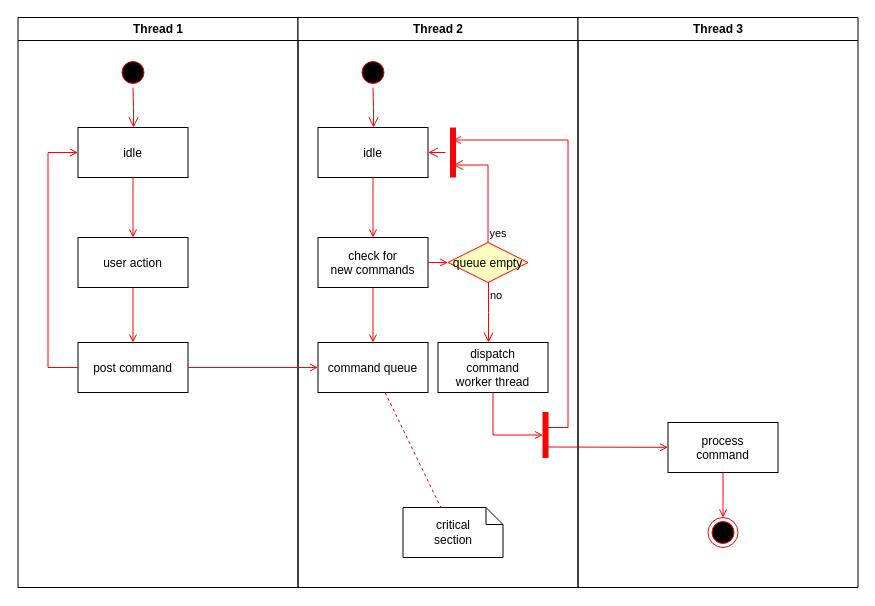
The draw.io diagram activity.drawio in Dikshit28/SEPM_Dikshit19csu379, before the edit. Source tidied: cells renumbered, new cells numbered last; positions are measured from the earlier drawing's top-left corner, leaving out a move shared by most shapes. Both pictures are drawn from the tidied source at 100%, with x=0, y=0 at pixel (17, 17).
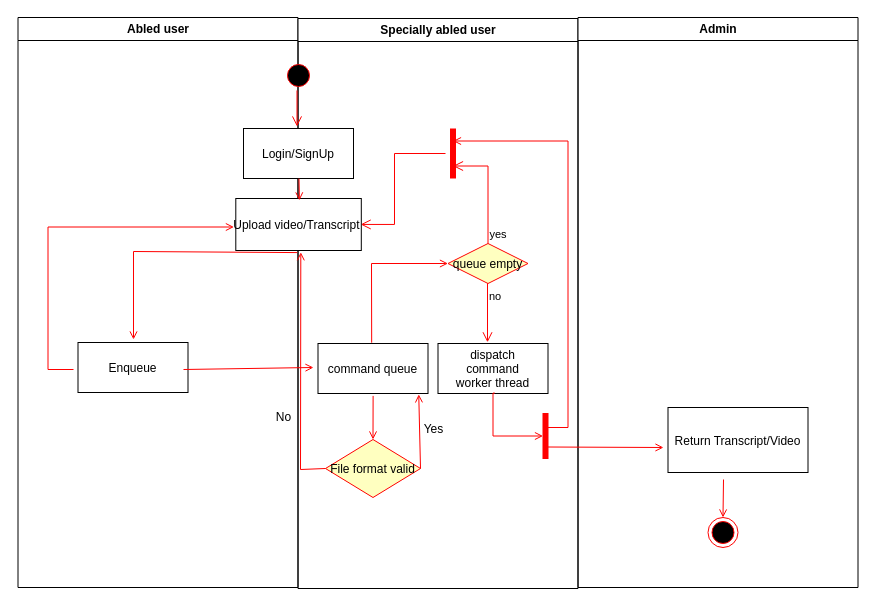
The same diagram, later.

The change refers to these unchanged cells:
```xml
<mxCell id="17" value="command queue" parent="11" vertex="1">
  <mxGeometry x="20" y="325" width="110" height="50" as="geometry" />
</mxCell>
<mxCell id="19" value="queue empty" style="rhombus;fillColor=#ffffc0;strokeColor=#ff0000;" parent="11" vertex="1">
  <mxGeometry x="150" y="225" width="80" height="40" as="geometry" />
</mxCell>
<mxCell id="23" style="shape=line;strokeWidth=6;strokeColor=#ff0000;rotation=90;" parent="11" vertex="1">
  <mxGeometry x="130" y="127.5" width="50" height="15" as="geometry" />
</mxCell>
<mxCell id="25" value="dispatch&#10;command&#10;worker thread" parent="11" vertex="1">
  <mxGeometry x="140" y="325" width="110" height="50" as="geometry" />
</mxCell>
<mxCell id="28" style="whiteSpace=wrap;strokeColor=#FF0000;fillColor=#FF0000;" parent="11" vertex="1">
  <mxGeometry x="245" y="395" width="5" height="45" as="geometry" />
</mxCell>
<mxCell id="34" style="ellipse;shape=endState;fillColor=#000000;strokeColor=#ff0000;" parent="30" vertex="1">
  <mxGeometry x="130" y="500" width="30" height="30" as="geometry" />
</mxCell>
```

What changed in the source:
```diff
@@
-    <mxCell id="2" value="Thread 1" style="swimlane;whiteSpace=wrap;" parent="1" vertex="1">
+    <mxCell id="2" value="Abled user" style="swimlane;whiteSpace=wrap;startSize=23;" parent="1" vertex="1">
       <mxGeometry x="0.5" width="280" height="570" as="geometry" />
     </mxCell>
-    <mxCell id="3" style="ellipse;shape=startState;fillColor=#000000;strokeColor=#ff0000;" parent="2" vertex="1">
-      <mxGeometry x="100" y="40" width="30" height="30" as="geometry" />
-    </mxCell>
-    <mxCell id="4" style="edgeStyle=elbowEdgeStyle;elbow=horizontal;verticalAlign=bottom;endArrow=open;endSize=8;strokeColor=#FF0000;endFill=1;rounded=0;" parent="2" edge="1" source="3" target="5">
-      <mxGeometry x="100" y="40" as="geometry" />
-    </mxCell>
-    <mxCell id="5" value="idle" parent="2" vertex="1">
-      <mxGeometry x="60" y="110" width="110" height="50" as="geometry" />
-    </mxCell>
-    <mxCell id="6" value="user action" parent="2" vertex="1">
-      <mxGeometry x="60" y="220" width="110" height="50" as="geometry" />
-    </mxCell>
-    <mxCell id="7" style="endArrow=open;strokeColor=#FF0000;endFill=1;rounded=0;" parent="2" edge="1" source="5" target="6">
-      <mxGeometry relative="1" as="geometry" />
-    </mxCell>
-    <mxCell id="8" value="post command" parent="2" vertex="1">
+    <mxCell id="8" value="Enqueue" parent="2" vertex="1">
       <mxGeometry x="60" y="325" width="110" height="50" as="geometry" />
     </mxCell>
-    <mxCell id="9" style="endArrow=open;strokeColor=#FF0000;endFill=1;rounded=0;" parent="2" edge="1" source="6" target="8">
-      <mxGeometry relative="1" as="geometry" />
-    </mxCell>
-    <mxCell id="10" style="edgeStyle=elbowEdgeStyle;elbow=horizontal;strokeColor=#FF0000;endArrow=open;endFill=1;rounded=0;" parent="2" edge="1" source="8" target="5">
-      <mxGeometry relative="1" as="geometry">
-        <Array as="points">
-          <mxPoint x="30" y="250" />
-        </Array>
-      </mxGeometry>
-    </mxCell>
+    <mxCell id="37" value="No" style="text;html=1;align=center;verticalAlign=middle;strokeColor=none;fillColor=none;" parent="2" vertex="1">
+      <mxGeometry x="250" y="390" width="30" height="20" as="geometry" />
+    </mxCell>
-    <mxCell id="11" value="Thread 2" style="swimlane;whiteSpace=wrap;" parent="1" vertex="1">
-      <mxGeometry x="280.5" width="280" height="570" as="geometry" />
+    <mxCell id="11" value="Specially abled user" style="swimlane;whiteSpace=wrap;" parent="1" vertex="1">
+      <mxGeometry x="280.5" y="1" width="280" height="570" as="geometry" />
     </mxCell>
-    <mxCell id="12" style="ellipse;shape=startState;fillColor=#000000;strokeColor=#ff0000;" parent="11" vertex="1">
-      <mxGeometry x="60" y="40" width="30" height="30" as="geometry" />
-    </mxCell>
-    <mxCell id="13" style="edgeStyle=elbowEdgeStyle;elbow=horizontal;verticalAlign=bottom;endArrow=open;endSize=8;strokeColor=#FF0000;endFill=1;rounded=0;" parent="11" edge="1" source="12" target="14">
-      <mxGeometry x="40" y="20" as="geometry" />
-    </mxCell>
-    <mxCell id="14" value="idle" parent="11" vertex="1">
-      <mxGeometry x="20" y="110" width="110" height="50" as="geometry" />
-    </mxCell>
-    <mxCell id="15" value="check for &#10;new commands" parent="11" vertex="1">
-      <mxGeometry x="20" y="220" width="110" height="50" as="geometry" />
-    </mxCell>
-    <mxCell id="16" style="endArrow=open;strokeColor=#FF0000;endFill=1;rounded=0;" parent="11" edge="1" source="14" target="15">
-      <mxGeometry relative="1" as="geometry" />
-    </mxCell>
@@
-    <mxCell id="18" style="endArrow=open;strokeColor=#FF0000;endFill=1;rounded=0;" parent="11" edge="1" source="15" target="17">
-      <mxGeometry relative="1" as="geometry" />
-    </mxCell>
@@
-    <mxCell id="21" value="no" style="edgeStyle=elbowEdgeStyle;elbow=horizontal;align=left;verticalAlign=top;endArrow=open;endSize=8;strokeColor=#FF0000;endFill=1;rounded=0;" parent="11" edge="1" source="19" target="25">
+    <mxCell id="21" value="no" style="edgeStyle=elbowEdgeStyle;elbow=horizontal;align=left;verticalAlign=top;endArrow=open;endSize=8;strokeColor=#FF0000;endFill=1;rounded=0;entryX=0.454;entryY=-0.023;entryDx=0;entryDy=0;entryPerimeter=0;" parent="11" edge="1" source="19" target="25">
       <mxGeometry x="-1" relative="1" as="geometry" />
     </mxCell>
-    <mxCell id="22" style="endArrow=open;strokeColor=#FF0000;endFill=1;rounded=0;" parent="11" edge="1" source="15" target="19">
-      <mxGeometry relative="1" as="geometry" />
+    <mxCell id="22" style="endArrow=open;strokeColor=#FF0000;endFill=1;rounded=0;exitX=0.488;exitY=-0.016;exitDx=0;exitDy=0;exitPerimeter=0;" parent="11" edge="1" source="17" target="19">
+      <mxGeometry relative="1" as="geometry">
+        <Array as="points">
+          <mxPoint x="73.5" y="245" />
+        </Array>
+      </mxGeometry>
     </mxCell>
@@
-    <mxCell id="24" style="edgeStyle=elbowEdgeStyle;elbow=horizontal;verticalAlign=bottom;endArrow=open;endSize=8;strokeColor=#FF0000;endFill=1;rounded=0;" parent="11" edge="1" source="23" target="14">
+    <mxCell id="24" style="edgeStyle=elbowEdgeStyle;elbow=horizontal;verticalAlign=bottom;endArrow=open;endSize=8;strokeColor=#FF0000;endFill=1;rounded=0;entryX=0.995;entryY=0.499;entryDx=0;entryDy=0;entryPerimeter=0;" parent="11" edge="1" source="23" target="6">
       <mxGeometry x="130" y="90" as="geometry" />
     </mxCell>
@@
-    <mxCell id="26" value="critical&#10;section" style="shape=note;whiteSpace=wrap;size=17;" parent="11" vertex="1">
-      <mxGeometry x="105" y="490" width="100" height="50" as="geometry" />
-    </mxCell>
-    <mxCell id="27" style="endArrow=none;strokeColor=#FF0000;endFill=0;rounded=0;dashed=1;" parent="11" edge="1" source="17" target="26">
-      <mxGeometry relative="1" as="geometry" />
-    </mxCell>
@@
-    <mxCell id="29" style="edgeStyle=elbowEdgeStyle;elbow=horizontal;entryX=0;entryY=0.5;strokeColor=#FF0000;endArrow=open;endFill=1;rounded=0;" parent="11" edge="1" source="25" target="28">
+    <mxCell id="29" style="edgeStyle=elbowEdgeStyle;elbow=horizontal;entryX=0;entryY=0.5;strokeColor=#FF0000;endArrow=open;endFill=1;rounded=0;exitX=0.517;exitY=0.992;exitDx=0;exitDy=0;exitPerimeter=0;" parent="11" edge="1" source="25" target="28">
       <mxGeometry relative="1" as="geometry">
         <Array as="points">
           <mxPoint x="195" y="400" />
         </Array>
       </mxGeometry>
     </mxCell>
+    <mxCell id="6" value="Upload video/Transcript " parent="11" vertex="1">
+      <mxGeometry x="-62.2" y="180" width="125.5" height="52" as="geometry" />
+    </mxCell>
+    <mxCell id="3" style="ellipse;shape=startState;fillColor=#000000;strokeColor=#ff0000;" parent="11" vertex="1">
+      <mxGeometry x="-14.5" y="42" width="30" height="30" as="geometry" />
+    </mxCell>
+    <mxCell id="5" value="Login/SignUp" parent="11" vertex="1">
+      <mxGeometry x="-54.5" y="110" width="110" height="50" as="geometry" />
+    </mxCell>
+    <mxCell id="7" style="endArrow=open;strokeColor=#FF0000;endFill=1;rounded=0;entryX=0.507;entryY=0.037;entryDx=0;entryDy=0;entryPerimeter=0;" parent="11" edge="1" source="5" target="6">
+      <mxGeometry relative="1" as="geometry" />
+    </mxCell>
+    <mxCell id="4" style="edgeStyle=elbowEdgeStyle;elbow=horizontal;verticalAlign=bottom;endArrow=open;endSize=8;strokeColor=#FF0000;endFill=1;rounded=0;" parent="11" edge="1" source="3">
+      <mxGeometry x="-180" y="40" as="geometry">
+        <mxPoint x="-0.5" y="108" as="targetPoint" />
+        <Array as="points">
+          <mxPoint x="-1" y="82" />
+        </Array>
+      </mxGeometry>
+    </mxCell>
+    <mxCell id="38" value="File format valid" style="rhombus;fillColor=#ffffc0;strokeColor=#ff0000;" parent="11" vertex="1">
+      <mxGeometry x="27.5" y="421" width="95" height="58" as="geometry" />
+    </mxCell>
+    <mxCell id="39" style="endArrow=open;strokeColor=#FF0000;endFill=1;rounded=0;entryX=0.5;entryY=0;entryDx=0;entryDy=0;exitX=0.501;exitY=1.048;exitDx=0;exitDy=0;exitPerimeter=0;" parent="11" edge="1" source="17" target="38">
+      <mxGeometry relative="1" as="geometry" />
+    </mxCell>
+    <mxCell id="40" style="endArrow=open;strokeColor=#FF0000;endFill=1;rounded=0;exitX=0;exitY=0.5;exitDx=0;exitDy=0;entryX=0.518;entryY=1.034;entryDx=0;entryDy=0;entryPerimeter=0;" parent="11" edge="1" source="38" target="6">
+      <mxGeometry relative="1" as="geometry">
+        <Array as="points">
+          <mxPoint x="2.5" y="451" />
+        </Array>
+      </mxGeometry>
+    </mxCell>
+    <mxCell id="41" style="endArrow=open;strokeColor=#FF0000;endFill=1;rounded=0;entryX=0.916;entryY=1.017;entryDx=0;entryDy=0;exitX=1;exitY=0.5;exitDx=0;exitDy=0;entryPerimeter=0;" parent="11" edge="1" source="38" target="17">
+      <mxGeometry relative="1" as="geometry" />
+    </mxCell>
+    <mxCell id="42" value="Yes" style="text;html=1;align=center;verticalAlign=middle;strokeColor=none;fillColor=none;" parent="11" vertex="1">
+      <mxGeometry x="120" y="401" width="30" height="20" as="geometry" />
+    </mxCell>
-    <mxCell id="30" value="Thread 3" style="swimlane;whiteSpace=wrap;" parent="1" vertex="1">
+    <mxCell id="30" value="Admin" style="swimlane;whiteSpace=wrap;" parent="1" vertex="1">
       <mxGeometry x="560.5" width="280" height="570" as="geometry" />
     </mxCell>
-    <mxCell id="31" value="process&#10;command" parent="30" vertex="1">
-      <mxGeometry x="90" y="405" width="110" height="50" as="geometry" />
+    <mxCell id="31" value="Return Transcript/Video" parent="30" vertex="1">
+      <mxGeometry x="90" y="390" width="140" height="65" as="geometry" />
     </mxCell>
@@
-    <mxCell id="33" style="edgeStyle=none;strokeColor=#FF0000;endArrow=open;endFill=1;rounded=0;" parent="30" edge="1" target="31">
+    <mxCell id="33" style="edgeStyle=none;strokeColor=#FF0000;endArrow=open;endFill=1;rounded=0;" parent="30" edge="1">
       <mxGeometry relative="1" as="geometry">
         <mxPoint x="-30" y="429.5" as="sourcePoint" />
+        <mxPoint x="85.5" y="430" as="targetPoint" />
       </mxGeometry>
     </mxCell>
@@
-    <mxCell id="35" style="endArrow=open;strokeColor=#FF0000;endFill=1;rounded=0;" parent="30" edge="1" source="31" target="34">
-      <mxGeometry relative="1" as="geometry" />
+    <mxCell id="35" style="endArrow=open;strokeColor=#FF0000;endFill=1;rounded=0;" parent="30" edge="1" target="34">
+      <mxGeometry relative="1" as="geometry">
+        <mxPoint x="145.5" y="462" as="sourcePoint" />
+      </mxGeometry>
     </mxCell>
-    <mxCell id="36" style="endArrow=open;strokeColor=#FF0000;endFill=1;rounded=0;" parent="1" edge="1" source="8" target="17">
-      <mxGeometry relative="1" as="geometry" />
+    <mxCell id="36" style="endArrow=open;strokeColor=#FF0000;endFill=1;rounded=0;" parent="1" edge="1">
+      <mxGeometry relative="1" as="geometry">
+        <mxPoint x="166" y="352" as="sourcePoint" />
+        <mxPoint x="296" y="350" as="targetPoint" />
+      </mxGeometry>
     </mxCell>
+    <mxCell id="9" style="endArrow=open;strokeColor=#FF0000;endFill=1;rounded=0;exitX=0.49;exitY=1.04;exitDx=0;exitDy=0;exitPerimeter=0;" parent="1" edge="1" source="6">
+      <mxGeometry relative="1" as="geometry">
+        <mxPoint x="116" y="322" as="targetPoint" />
+        <Array as="points">
+          <mxPoint x="116" y="234" />
+        </Array>
+      </mxGeometry>
+    </mxCell>
+    <mxCell id="10" style="edgeStyle=elbowEdgeStyle;elbow=horizontal;strokeColor=#FF0000;endArrow=open;endFill=1;rounded=0;entryX=-0.015;entryY=0.548;entryDx=0;entryDy=0;entryPerimeter=0;" parent="1" edge="1" target="6">
+      <mxGeometry relative="1" as="geometry">
+        <mxPoint x="56" y="352" as="sourcePoint" />
+        <Array as="points">
+          <mxPoint x="30.5" y="250" />
+        </Array>
+      </mxGeometry>
+    </mxCell>
```
